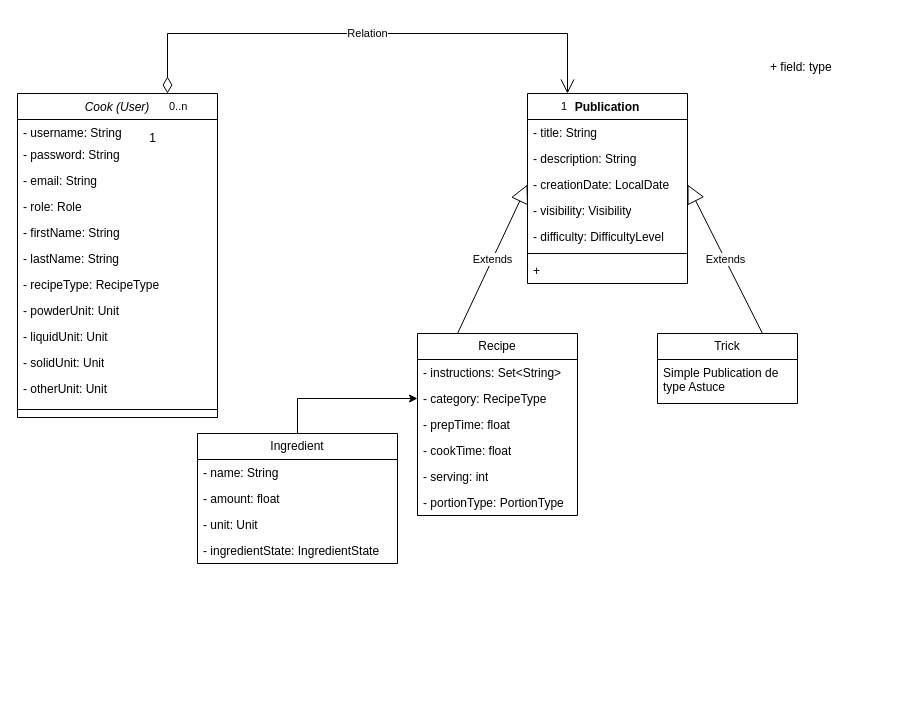
Above: Cookbook.drawio in 2055619/cookbook (draw.io), before the change. Source tidied: cells renumbered, new cells numbered last; positions are measured from the earlier drawing's top-left corner, leaving out a move shared by most shapes. Both pictures are drawn from the tidied source at 100%, with x=0, y=0 at pixel (17, 33).
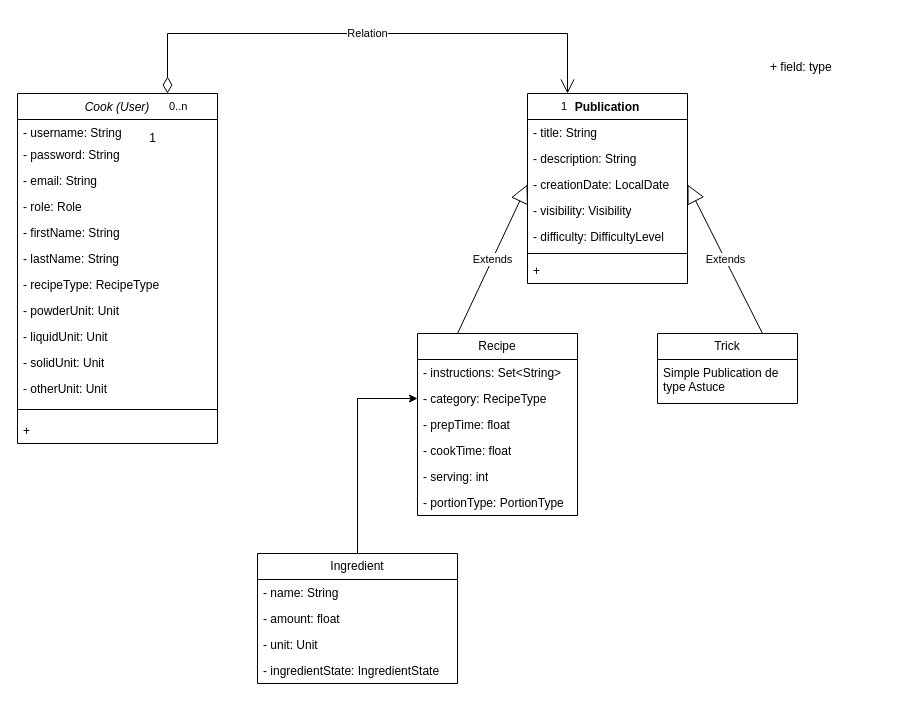
After the change.

Unchanged cells that the change refers to:
```xml
<mxCell id="15" value="Publication" style="swimlane;fontStyle=1;align=center;verticalAlign=top;horizontal=1;startSize=26;whiteSpace=wrap;html=1;" parent="1" vertex="1">
  <mxGeometry x="510" y="60" width="160" height="190" as="geometry" />
</mxCell>
```

Diff of the diagram source:
```diff
@@
     <mxCell id="2" value="Cook (User)" style="swimlane;fontStyle=2;align=center;verticalAlign=top;horizontal=1;startSize=26;rounded=0;shadow=0;strokeWidth=1;" parent="1" vertex="1">
-      <mxGeometry y="60" width="200" height="324" as="geometry" />
+      <mxGeometry y="60" width="200" height="350" as="geometry" />
     </mxCell>
@@
+    <mxCell id="45" value="+&amp;nbsp;" style="text;strokeColor=none;fillColor=none;align=left;verticalAlign=top;spacingLeft=4;spacingRight=4;overflow=hidden;whiteSpace=wrap;html=1;" parent="2" vertex="1">
+      <mxGeometry y="324" width="200" height="26" as="geometry" />
+    </mxCell>
@@
-    <mxCell id="22" value="+" style="text;strokeColor=none;fillColor=none;align=left;verticalAlign=top;spacingLeft=4;spacingRight=4;overflow=hidden;whiteSpace=wrap;html=1;" parent="15" vertex="1">
+    <mxCell id="22" value="+&amp;nbsp;" style="text;strokeColor=none;fillColor=none;align=left;verticalAlign=top;spacingLeft=4;spacingRight=4;overflow=hidden;whiteSpace=wrap;html=1;" parent="15" vertex="1">
       <mxGeometry y="164" width="160" height="26" as="geometry" />
     </mxCell>
@@
     <mxCell id="37" value="Ingredient" style="swimlane;fontStyle=0;horizontal=1;startSize=26;fillColor=none;whiteSpace=wrap;html=1;" parent="1" vertex="1">
-      <mxGeometry x="180" y="400" width="200" height="130" as="geometry" />
+      <mxGeometry x="240" y="520" width="200" height="130" as="geometry" />
     </mxCell>
```
